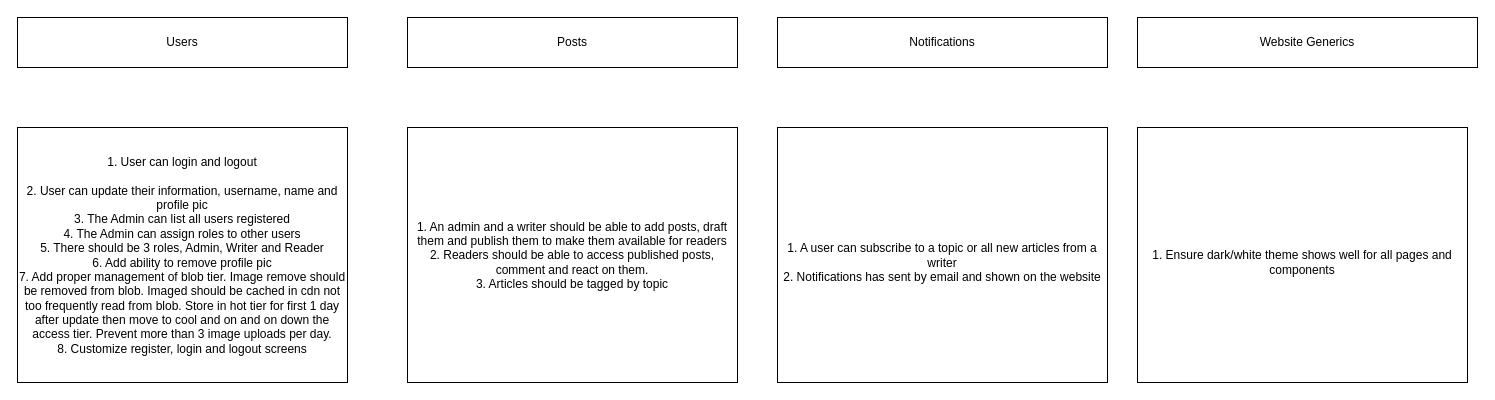
This is page "Features Roadmap" (3 of 3) of docs/System_Design.drawio from ChrisClaude/chris-claude-site, a draw.io file, before an edit. Source tidied: cells renumbered, new cells numbered last; positions are measured from the earlier drawing's top-left corner, leaving out a move shared by most shapes. Both pictures are drawn from the tidied source at 100%, with x=0, y=0 at pixel (17, 17).
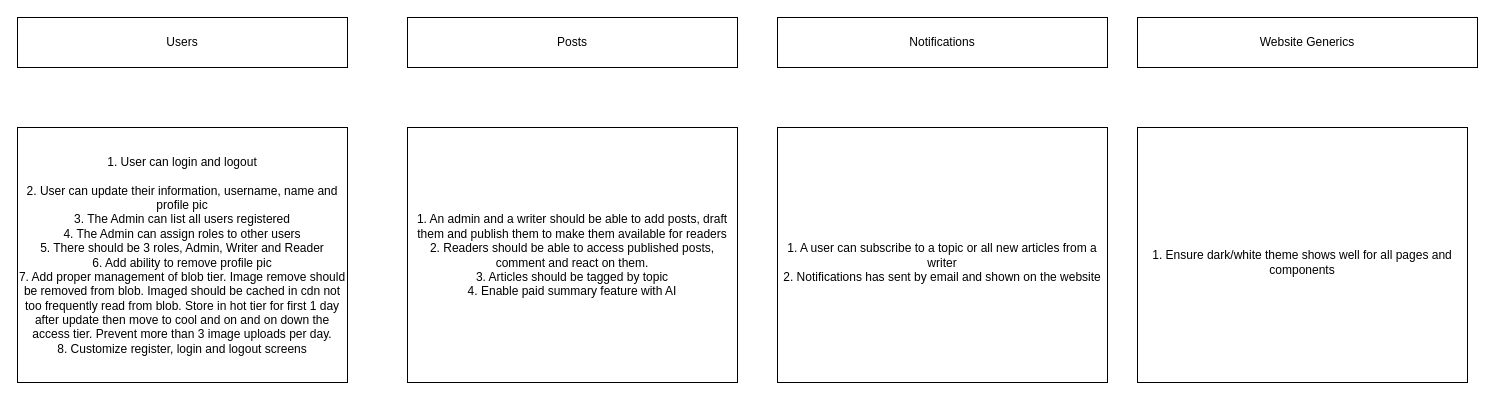
After the change.

What changed in the source:
```diff
@@
 <mxGraphModel>
   <root>
     <mxCell id="0" />
     <mxCell id="1" parent="0" />
     <mxCell id="2" value="Users" style="rounded=0;whiteSpace=wrap;html=1;" parent="1" vertex="1">
       <mxGeometry width="330" height="50" as="geometry" />
     </mxCell>
     <mxCell id="3" value="1. User can login and logout&lt;br&gt;&lt;br&gt;2. User can update their information, username, name and profile pic&lt;br&gt;3. The Admin can list all users registered&lt;br&gt;4. The Admin can assign roles to other users&lt;br&gt;5. There should be 3 roles, Admin, Writer and Reader&lt;br&gt;6. Add ability to remove profile pic&lt;br&gt;7. Add proper management of blob tier. Image remove should be removed from blob. Imaged should be cached in cdn not too frequently read from blob. Store in hot tier for first 1 day after update then move to cool and on and on down the access tier. Prevent more than 3 image uploads per day.&lt;br&gt;8. Customize register, login and logout screens" style="rounded=0;whiteSpace=wrap;html=1;" parent="1" vertex="1">
       <mxGeometry y="110" width="330" height="255" as="geometry" />
     </mxCell>
     <mxCell id="4" value="Posts" style="rounded=0;whiteSpace=wrap;html=1;" parent="1" vertex="1">
       <mxGeometry x="390" width="330" height="50" as="geometry" />
     </mxCell>
-    <mxCell id="5" value="1. An admin and a writer should be able to add posts, draft them and publish them to make them available for readers&lt;br&gt;2. Readers should be able to access published posts, comment and react on them.&lt;br&gt;3. Articles should be tagged by topic" style="rounded=0;whiteSpace=wrap;html=1;" parent="1" vertex="1">
+    <mxCell id="5" value="1. An admin and a writer should be able to add posts, draft them and publish them to make them available for readers&lt;br&gt;2. Readers should be able to access published posts, comment and react on them.&lt;br&gt;3. Articles should be tagged by topic&lt;br&gt;4. Enable paid summary feature with AI" style="rounded=0;whiteSpace=wrap;html=1;" parent="1" vertex="1">
       <mxGeometry x="390" y="110" width="330" height="255" as="geometry" />
     </mxCell>
     <mxCell id="6" value="Notifications" style="rounded=0;whiteSpace=wrap;html=1;" parent="1" vertex="1">
       <mxGeometry x="760" width="330" height="50" as="geometry" />
     </mxCell>
     <mxCell id="7" value="&lt;br&gt;1. A user can subscribe to a topic or all new articles from a writer&lt;br&gt;2. Notifications has sent by email and shown on the website" style="rounded=0;whiteSpace=wrap;html=1;" parent="1" vertex="1">
       <mxGeometry x="760" y="110" width="330" height="255" as="geometry" />
     </mxCell>
     <mxCell id="8" value="Website Generics" style="rounded=0;whiteSpace=wrap;html=1;" parent="1" vertex="1">
       <mxGeometry x="1120" width="340" height="50" as="geometry" />
     </mxCell>
     <mxCell id="9" value="&lt;br&gt;1. Ensure dark/white theme shows well for all pages and components" style="rounded=0;whiteSpace=wrap;html=1;" parent="1" vertex="1">
       <mxGeometry x="1120" y="110" width="330" height="255" as="geometry" />
     </mxCell>
   </root>
 </mxGraphModel>
```
